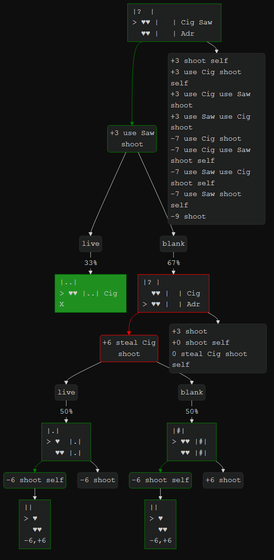
Earlier version of the Mermaid export output.png (pingbird/buckshot). Its source is kept beside it as output.mmd.
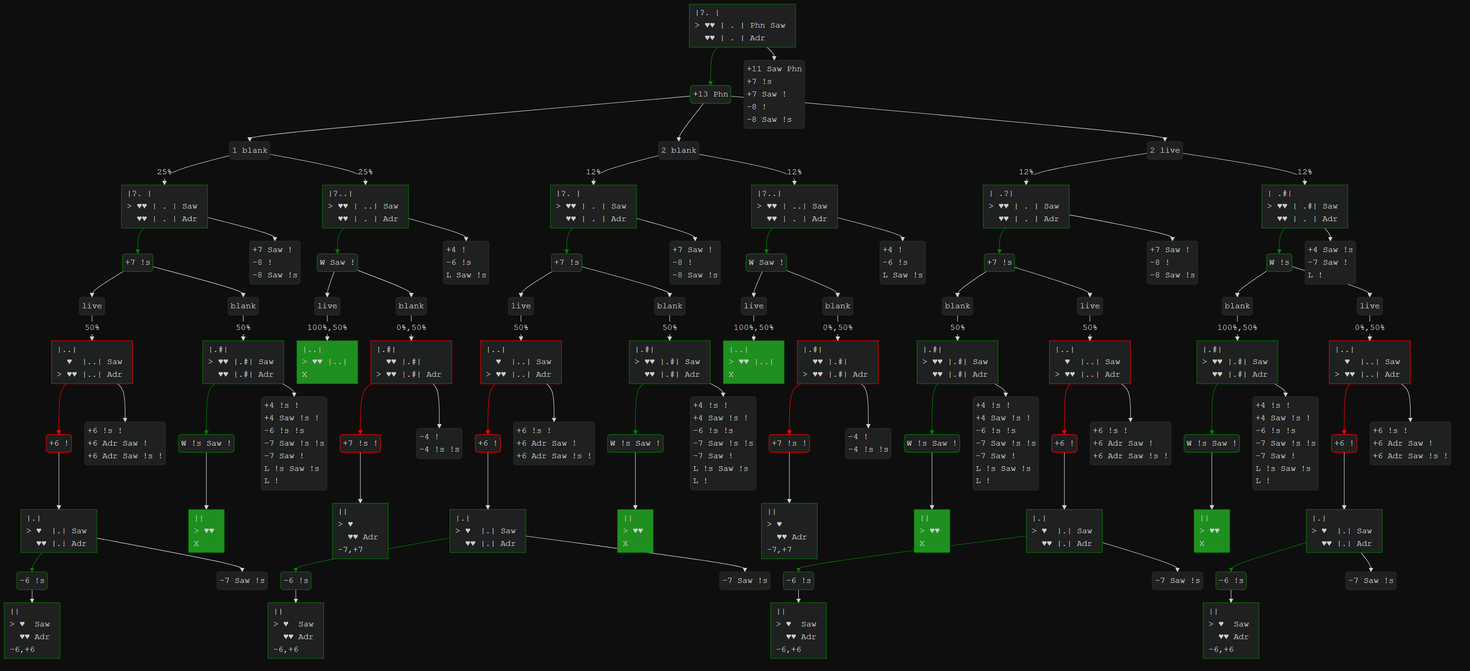
The same file after the commit.

The edit, as a diff of the source:
```diff
@@ -12,60 +12,284 @@
     padding: 5
 ---
 graph TD;
-  n0["|?&nbsp;&nbsp;|&nbsp;<br>>&nbsp;♥♥&nbsp;|&nbsp;&nbsp;&nbsp;|&nbsp;Cig&nbsp;Saw&nbsp;<br>&nbsp;&nbsp;♥♥&nbsp;|&nbsp;&nbsp;&nbsp;|&nbsp;Adr&nbsp;<br>"]
+  n0["|?.&nbsp;|&nbsp;<br>>&nbsp;♥♥&nbsp;|&nbsp;.&nbsp;|&nbsp;Phn&nbsp;Saw&nbsp;<br>&nbsp;&nbsp;♥♥&nbsp;|&nbsp;.&nbsp;|&nbsp;Adr&nbsp;<br>"]
   style n0 text-align:left,stroke:green;
-  d0-7("+3 use Saw<br>shoot")
-  n0 --> d0-7
-  style d0-7 stroke: green
+  d0-0("+13 Phn")
+  n0 --> d0-0
+  style d0-0 stroke: green
   linkStyle 0 stroke: green;
-  p0-7-0(" live")
-  d0-7 --> p0-7-0
-  p0-7-0 -->|"33%"| n179
-  p0-7-1(" blank")
-  d0-7 --> p0-7-1
-  p0-7-1 -->|"67%"| n180
-  h0("+3 shoot self<br>+3 use Cig shoot self<br>+3 use Cig use Saw shoot<br>+3 use Saw use Cig shoot<br>-7 use Cig shoot<br>-7 use Cig use Saw shoot self<br>-7 use Saw use Cig shoot self<br>-7 use Saw shoot self<br>-9 shoot")
+  p0-0-0("1  blank")
+  d0-0 --> p0-0-0
+  p0-0-0 -->|"25%"| n1
+  p0-0-0 -->|"25%"| n62
+  p0-0-1("2  blank")
+  d0-0 --> p0-0-1
+  p0-0-1 -->|"12%"| n123
+  p0-0-1 -->|"12%"| n184
+  p0-0-2("2  live")
+  d0-0 --> p0-0-2
+  p0-0-2 -->|"12%"| n245
+  p0-0-2 -->|"12%"| n306
+  h0("+11 Saw Phn<br>+7 !s<br>+7 Saw !<br>-8 !<br>-8 Saw !s")
   n0 --> h0
   style h0 text-align:left
-  n179["|..|&nbsp;<br>>&nbsp;♥♥&nbsp;|..|&nbsp;Cig&nbsp;<br>X&nbsp;&nbsp;&nbsp;&nbsp;<br>"]
-  style n179 text-align:left,stroke:green;
-  style n179 fill:#1f9020
-  n180["|?&nbsp;|&nbsp;<br>&nbsp;&nbsp;♥♥&nbsp;|&nbsp;&nbsp;|&nbsp;Cig&nbsp;<br>>&nbsp;♥♥&nbsp;|&nbsp;&nbsp;|&nbsp;Adr&nbsp;<br>"]
-  style n180 text-align:left,stroke:red;
-  d180-0("+6 steal Cig<br>shoot")
-  n180 --> d180-0
-  style d180-0 stroke: red
-  linkStyle 6 stroke: red;
-  p180-0-0(" live")
-  d180-0 --> p180-0-0
-  p180-0-0 -->|"50%"| n181
-  p180-0-1(" blank")
-  d180-0 --> p180-0-1
-  p180-0-1 -->|"50%"| n184
-  h180("+3 shoot<br>+0 shoot self<br>0 steal Cig shoot self")
-  n180 --> h180
-  style h180 text-align:left
-  n181["|.|&nbsp;<br>>&nbsp;♥&nbsp;&nbsp;|.|&nbsp;<br>&nbsp;&nbsp;♥♥&nbsp;|.|&nbsp;<br>"]
-  style n181 text-align:left,stroke:green;
-  d181-0("-6 shoot self")
-  n181 --> d181-0
-  style d181-0 stroke: green
-  linkStyle 12 stroke: green;
-  d181-0 --> n182
-  h181("-6 shoot")
-  n181 --> h181
-  style h181 text-align:left
-  n182["||&nbsp;<br>>&nbsp;♥&nbsp;&nbsp;<br>&nbsp;&nbsp;♥♥&nbsp;<br>-6,+6"]
-  style n182 text-align:left,stroke:green;
-  n184["|#|&nbsp;<br>>&nbsp;♥♥&nbsp;|#|&nbsp;<br>&nbsp;&nbsp;♥♥&nbsp;|#|&nbsp;<br>"]
+  n1["|?.&nbsp;|&nbsp;<br>>&nbsp;♥♥&nbsp;|&nbsp;.&nbsp;|&nbsp;Saw&nbsp;<br>&nbsp;&nbsp;♥♥&nbsp;|&nbsp;.&nbsp;|&nbsp;Adr&nbsp;<br>"]
+  style n1 text-align:left,stroke:green;
+  d1-2("+7 !s")
+  n1 --> d1-2
+  style d1-2 stroke: green
+  linkStyle 11 stroke: green;
+  p1-2-0(" live")
+  d1-2 --> p1-2-0
+  p1-2-0 -->|"50%"| n16
+  p1-2-1(" blank")
+  d1-2 --> p1-2-1
+  p1-2-1 -->|"50%"| n24
+  h1("+7 Saw !<br>-8 !<br>-8 Saw !s")
+  n1 --> h1
+  style h1 text-align:left
+  n16["|..|&nbsp;<br>&nbsp;&nbsp;♥&nbsp;&nbsp;|..|&nbsp;Saw&nbsp;<br>>&nbsp;♥♥&nbsp;|..|&nbsp;Adr&nbsp;<br>"]
+  style n16 text-align:left,stroke:red;
+  d16-2("+6 !")
+  n16 --> d16-2
+  style d16-2 stroke: red
+  linkStyle 17 stroke: red;
+  d16-2 --> n20
+  h16("+6 !s !<br>+6 Adr Saw !<br>+6 Adr Saw !s !")
+  n16 --> h16
+  style h16 text-align:left
+  n20["|.|&nbsp;<br>>&nbsp;♥&nbsp;&nbsp;|.|&nbsp;Saw&nbsp;<br>&nbsp;&nbsp;♥♥&nbsp;|.|&nbsp;Adr&nbsp;<br>"]
+  style n20 text-align:left,stroke:green;
+  d20-1("-6 !s")
+  n20 --> d20-1
+  style d20-1 stroke: green
+  linkStyle 20 stroke: green;
+  d20-1 --> n22
+  h20("-7 Saw !s")
+  n20 --> h20
+  style h20 text-align:left
+  n22["||&nbsp;<br>>&nbsp;♥&nbsp;&nbsp;Saw&nbsp;<br>&nbsp;&nbsp;♥♥&nbsp;Adr&nbsp;<br>-6,+6"]
+  style n22 text-align:left,stroke:green;
+  n24["|.#|&nbsp;<br>>&nbsp;♥♥&nbsp;|.#|&nbsp;Saw&nbsp;<br>&nbsp;&nbsp;♥♥&nbsp;|.#|&nbsp;Adr&nbsp;<br>"]
+  style n24 text-align:left,stroke:green;
+  d24-4("W !s Saw !")
+  n24 --> d24-4
+  style d24-4 stroke: green
+  linkStyle 23 stroke: green;
+  d24-4 --> n31
+  h24("+4 !s !<br>+4 Saw !s !<br>-6 !s !s<br>-7 Saw !s !s<br>-7 Saw !<br>L !s Saw !s<br>L !")
+  n24 --> h24
+  style h24 text-align:left
+  n31["||&nbsp;<br>>&nbsp;♥♥&nbsp;<br>X&nbsp;&nbsp;&nbsp;&nbsp;<br>"]
+  style n31 text-align:left,stroke:green;
+  style n31 fill:#1f9020
+  n62["|?..|&nbsp;<br>>&nbsp;♥♥&nbsp;|&nbsp;..|&nbsp;Saw&nbsp;<br>&nbsp;&nbsp;♥♥&nbsp;|&nbsp;.&nbsp;|&nbsp;Adr&nbsp;<br>"]
+  style n62 text-align:left,stroke:green;
+  d62-1("W Saw !")
+  n62 --> d62-1
+  style d62-1 stroke: green
+  linkStyle 26 stroke: green;
+  p62-1-0(" live")
+  d62-1 --> p62-1-0
+  p62-1-0 -->|"100%,50%"| n70
+  p62-1-1(" blank")
+  d62-1 --> p62-1-1
+  p62-1-1 -->|"0%,50%"| n71
+  h62("+4 !<br>-6 !s<br>L Saw !s")
+  n62 --> h62
+  style h62 text-align:left
+  n70["|..|&nbsp;<br>>&nbsp;♥♥&nbsp;|..|&nbsp;<br>X&nbsp;&nbsp;&nbsp;&nbsp;<br>"]
+  style n70 text-align:left,stroke:green;
+  style n70 fill:#1f9020
+  n71["|.#|&nbsp;<br>&nbsp;&nbsp;♥♥&nbsp;|.#|&nbsp;<br>>&nbsp;♥♥&nbsp;|.#|&nbsp;Adr&nbsp;<br>"]
+  style n71 text-align:left,stroke:red;
+  d71-1("+7 !s !")
+  n71 --> d71-1
+  style d71-1 stroke: red
+  linkStyle 32 stroke: red;
+  d71-1 --> n75
+  h71("-4 !<br>-4 !s !s")
+  n71 --> h71
+  style h71 text-align:left
+  n75["||&nbsp;<br>>&nbsp;♥&nbsp;&nbsp;<br>&nbsp;&nbsp;♥♥&nbsp;Adr&nbsp;<br>-7,+7"]
+  style n75 text-align:left,stroke:green;
+  n123["|?.&nbsp;|&nbsp;<br>>&nbsp;♥♥&nbsp;|&nbsp;.&nbsp;|&nbsp;Saw&nbsp;<br>&nbsp;&nbsp;♥♥&nbsp;|&nbsp;.&nbsp;|&nbsp;Adr&nbsp;<br>"]
+  style n123 text-align:left,stroke:green;
+  d123-2("+7 !s")
+  n123 --> d123-2
+  style d123-2 stroke: green
+  linkStyle 35 stroke: green;
+  p123-2-0(" live")
+  d123-2 --> p123-2-0
+  p123-2-0 -->|"50%"| n138
+  p123-2-1(" blank")
+  d123-2 --> p123-2-1
+  p123-2-1 -->|"50%"| n146
+  h123("+7 Saw !<br>-8 !<br>-8 Saw !s")
+  n123 --> h123
+  style h123 text-align:left
+  n138["|..|&nbsp;<br>&nbsp;&nbsp;♥&nbsp;&nbsp;|..|&nbsp;Saw&nbsp;<br>>&nbsp;♥♥&nbsp;|..|&nbsp;Adr&nbsp;<br>"]
+  style n138 text-align:left,stroke:red;
+  d138-2("+6 !")
+  n138 --> d138-2
+  style d138-2 stroke: red
+  linkStyle 41 stroke: red;
+  d138-2 --> n142
+  h138("+6 !s !<br>+6 Adr Saw !<br>+6 Adr Saw !s !")
+  n138 --> h138
+  style h138 text-align:left
+  n142["|.|&nbsp;<br>>&nbsp;♥&nbsp;&nbsp;|.|&nbsp;Saw&nbsp;<br>&nbsp;&nbsp;♥♥&nbsp;|.|&nbsp;Adr&nbsp;<br>"]
+  style n142 text-align:left,stroke:green;
+  d142-1("-6 !s")
+  n142 --> d142-1
+  style d142-1 stroke: green
+  linkStyle 44 stroke: green;
+  d142-1 --> n144
+  h142("-7 Saw !s")
+  n142 --> h142
+  style h142 text-align:left
+  n144["||&nbsp;<br>>&nbsp;♥&nbsp;&nbsp;Saw&nbsp;<br>&nbsp;&nbsp;♥♥&nbsp;Adr&nbsp;<br>-6,+6"]
+  style n144 text-align:left,stroke:green;
+  n146["|.#|&nbsp;<br>>&nbsp;♥♥&nbsp;|.#|&nbsp;Saw&nbsp;<br>&nbsp;&nbsp;♥♥&nbsp;|.#|&nbsp;Adr&nbsp;<br>"]
+  style n146 text-align:left,stroke:green;
+  d146-4("W !s Saw !")
+  n146 --> d146-4
+  style d146-4 stroke: green
+  linkStyle 47 stroke: green;
+  d146-4 --> n153
+  h146("+4 !s !<br>+4 Saw !s !<br>-6 !s !s<br>-7 Saw !s !s<br>-7 Saw !<br>L !s Saw !s<br>L !")
+  n146 --> h146
+  style h146 text-align:left
+  n153["||&nbsp;<br>>&nbsp;♥♥&nbsp;<br>X&nbsp;&nbsp;&nbsp;&nbsp;<br>"]
+  style n153 text-align:left,stroke:green;
+  style n153 fill:#1f9020
+  n184["|?..|&nbsp;<br>>&nbsp;♥♥&nbsp;|&nbsp;..|&nbsp;Saw&nbsp;<br>&nbsp;&nbsp;♥♥&nbsp;|&nbsp;.&nbsp;|&nbsp;Adr&nbsp;<br>"]
   style n184 text-align:left,stroke:green;
-  d184-0("-6 shoot self")
-  n184 --> d184-0
-  style d184-0 stroke: green
-  linkStyle 15 stroke: green;
-  d184-0 --> n185
-  h184("+6 shoot")
+  d184-1("W Saw !")
+  n184 --> d184-1
+  style d184-1 stroke: green
+  linkStyle 50 stroke: green;
+  p184-1-0(" live")
+  d184-1 --> p184-1-0
+  p184-1-0 -->|"100%,50%"| n192
+  p184-1-1(" blank")
+  d184-1 --> p184-1-1
+  p184-1-1 -->|"0%,50%"| n193
+  h184("+4 !<br>-6 !s<br>L Saw !s")
   n184 --> h184
   style h184 text-align:left
-  n185["||&nbsp;<br>>&nbsp;♥&nbsp;&nbsp;<br>&nbsp;&nbsp;♥♥&nbsp;<br>-6,+6"]
-  style n185 text-align:left,stroke:green;
+  n192["|..|&nbsp;<br>>&nbsp;♥♥&nbsp;|..|&nbsp;<br>X&nbsp;&nbsp;&nbsp;&nbsp;<br>"]
+  style n192 text-align:left,stroke:green;
+  style n192 fill:#1f9020
+  n193["|.#|&nbsp;<br>&nbsp;&nbsp;♥♥&nbsp;|.#|&nbsp;<br>>&nbsp;♥♥&nbsp;|.#|&nbsp;Adr&nbsp;<br>"]
+  style n193 text-align:left,stroke:red;
+  d193-1("+7 !s !")
+  n193 --> d193-1
+  style d193-1 stroke: red
+  linkStyle 56 stroke: red;
+  d193-1 --> n197
+  h193("-4 !<br>-4 !s !s")
+  n193 --> h193
+  style h193 text-align:left
+  n197["||&nbsp;<br>>&nbsp;♥&nbsp;&nbsp;<br>&nbsp;&nbsp;♥♥&nbsp;Adr&nbsp;<br>-7,+7"]
+  style n197 text-align:left,stroke:green;
+  n245["|&nbsp;.?|&nbsp;<br>>&nbsp;♥♥&nbsp;|&nbsp;.&nbsp;|&nbsp;Saw&nbsp;<br>&nbsp;&nbsp;♥♥&nbsp;|&nbsp;.&nbsp;|&nbsp;Adr&nbsp;<br>"]
+  style n245 text-align:left,stroke:green;
+  d245-2("+7 !s")
+  n245 --> d245-2
+  style d245-2 stroke: green
+  linkStyle 59 stroke: green;
+  p245-2-0(" blank")
+  d245-2 --> p245-2-0
+  p245-2-0 -->|"50%"| n260
+  p245-2-1(" live")
+  d245-2 --> p245-2-1
+  p245-2-1 -->|"50%"| n275
+  h245("+7 Saw !<br>-8 !<br>-8 Saw !s")
+  n245 --> h245
+  style h245 text-align:left
+  n260["|.#|&nbsp;<br>>&nbsp;♥♥&nbsp;|.#|&nbsp;Saw&nbsp;<br>&nbsp;&nbsp;♥♥&nbsp;|.#|&nbsp;Adr&nbsp;<br>"]
+  style n260 text-align:left,stroke:green;
+  d260-4("W !s Saw !")
+  n260 --> d260-4
+  style d260-4 stroke: green
+  linkStyle 65 stroke: green;
+  d260-4 --> n267
+  h260("+4 !s !<br>+4 Saw !s !<br>-6 !s !s<br>-7 Saw !s !s<br>-7 Saw !<br>L !s Saw !s<br>L !")
+  n260 --> h260
+  style h260 text-align:left
+  n267["||&nbsp;<br>>&nbsp;♥♥&nbsp;<br>X&nbsp;&nbsp;&nbsp;&nbsp;<br>"]
+  style n267 text-align:left,stroke:green;
+  style n267 fill:#1f9020
+  n275["|..|&nbsp;<br>&nbsp;&nbsp;♥&nbsp;&nbsp;|..|&nbsp;Saw&nbsp;<br>>&nbsp;♥♥&nbsp;|..|&nbsp;Adr&nbsp;<br>"]
+  style n275 text-align:left,stroke:red;
+  d275-2("+6 !")
+  n275 --> d275-2
+  style d275-2 stroke: red
+  linkStyle 68 stroke: red;
+  d275-2 --> n279
+  h275("+6 !s !<br>+6 Adr Saw !<br>+6 Adr Saw !s !")
+  n275 --> h275
+  style h275 text-align:left
+  n279["|.|&nbsp;<br>>&nbsp;♥&nbsp;&nbsp;|.|&nbsp;Saw&nbsp;<br>&nbsp;&nbsp;♥♥&nbsp;|.|&nbsp;Adr&nbsp;<br>"]
+  style n279 text-align:left,stroke:green;
+  d279-1("-6 !s")
+  n279 --> d279-1
+  style d279-1 stroke: green
+  linkStyle 71 stroke: green;
+  d279-1 --> n281
+  h279("-7 Saw !s")
+  n279 --> h279
+  style h279 text-align:left
+  n281["||&nbsp;<br>>&nbsp;♥&nbsp;&nbsp;Saw&nbsp;<br>&nbsp;&nbsp;♥♥&nbsp;Adr&nbsp;<br>-6,+6"]
+  style n281 text-align:left,stroke:green;
+  n306["|&nbsp;.#|&nbsp;<br>>&nbsp;♥♥&nbsp;|&nbsp;.#|&nbsp;Saw&nbsp;<br>&nbsp;&nbsp;♥♥&nbsp;|&nbsp;.&nbsp;|&nbsp;Adr&nbsp;<br>"]
+  style n306 text-align:left,stroke:green;
+  d306-2("W !s")
+  n306 --> d306-2
+  style d306-2 stroke: green
+  linkStyle 74 stroke: green;
+  p306-2-0(" blank")
+  d306-2 --> p306-2-0
+  p306-2-0 -->|"100%,50%"| n321
+  p306-2-1(" live")
+  d306-2 --> p306-2-1
+  p306-2-1 -->|"0%,50%"| n336
+  h306("+4 Saw !s<br>-7 Saw !<br>L !")
+  n306 --> h306
+  style h306 text-align:left
+  n321["|.#|&nbsp;<br>>&nbsp;♥♥&nbsp;|.#|&nbsp;Saw&nbsp;<br>&nbsp;&nbsp;♥♥&nbsp;|.#|&nbsp;Adr&nbsp;<br>"]
+  style n321 text-align:left,stroke:green;
+  d321-4("W !s Saw !")
+  n321 --> d321-4
+  style d321-4 stroke: green
+  linkStyle 80 stroke: green;
+  d321-4 --> n328
+  h321("+4 !s !<br>+4 Saw !s !<br>-6 !s !s<br>-7 Saw !s !s<br>-7 Saw !<br>L !s Saw !s<br>L !")
+  n321 --> h321
+  style h321 text-align:left
+  n328["||&nbsp;<br>>&nbsp;♥♥&nbsp;<br>X&nbsp;&nbsp;&nbsp;&nbsp;<br>"]
+  style n328 text-align:left,stroke:green;
+  style n328 fill:#1f9020
+  n336["|..|&nbsp;<br>&nbsp;&nbsp;♥&nbsp;&nbsp;|..|&nbsp;Saw&nbsp;<br>>&nbsp;♥♥&nbsp;|..|&nbsp;Adr&nbsp;<br>"]
+  style n336 text-align:left,stroke:red;
+  d336-2("+6 !")
+  n336 --> d336-2
+  style d336-2 stroke: red
+  linkStyle 83 stroke: red;
+  d336-2 --> n340
+  h336("+6 !s !<br>+6 Adr Saw !<br>+6 Adr Saw !s !")
+  n336 --> h336
+  style h336 text-align:left
+  n340["|.|&nbsp;<br>>&nbsp;♥&nbsp;&nbsp;|.|&nbsp;Saw&nbsp;<br>&nbsp;&nbsp;♥♥&nbsp;|.|&nbsp;Adr&nbsp;<br>"]
+  style n340 text-align:left,stroke:green;
+  d340-1("-6 !s")
+  n340 --> d340-1
+  style d340-1 stroke: green
+  linkStyle 86 stroke: green;
+  d340-1 --> n342
+  h340("-7 Saw !s")
+  n340 --> h340
+  style h340 text-align:left
+  n342["||&nbsp;<br>>&nbsp;♥&nbsp;&nbsp;Saw&nbsp;<br>&nbsp;&nbsp;♥♥&nbsp;Adr&nbsp;<br>-6,+6"]
+  style n342 text-align:left,stroke:green;
```
